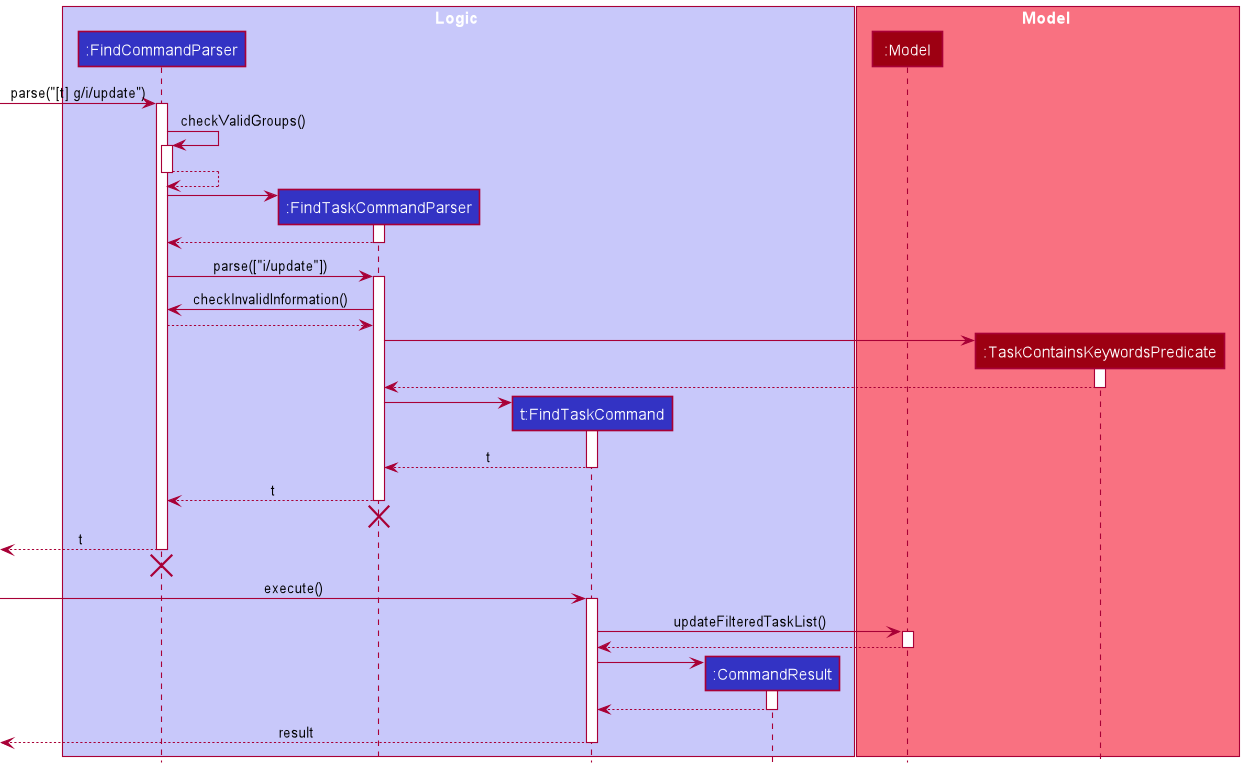
Above: docs/images/FindCommandSequenceDiagram.png in rcjj98/tp (PlantUML), before the change.
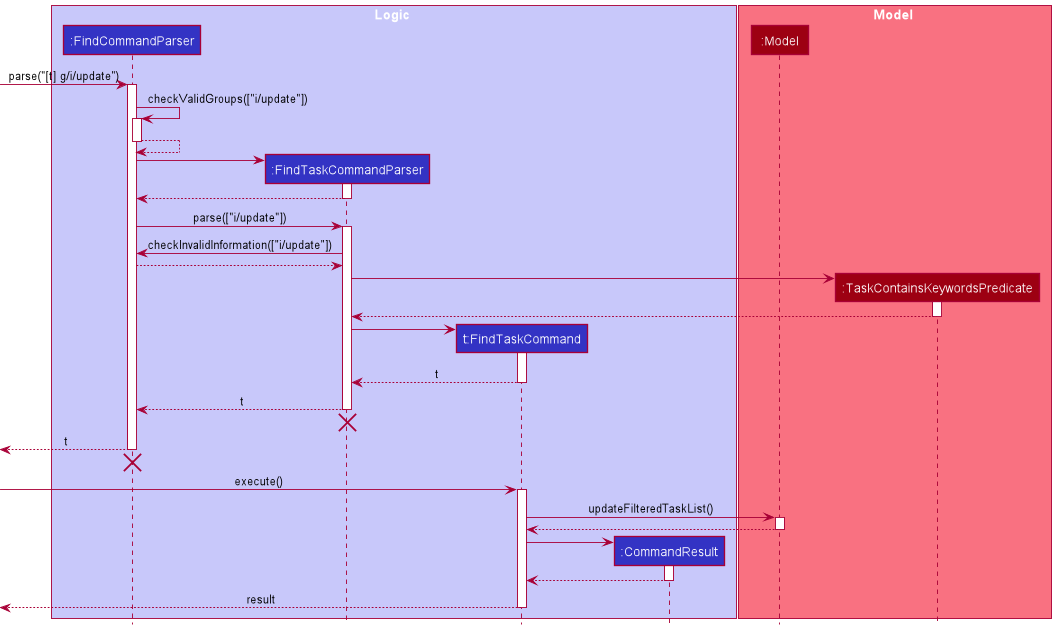
Above is the later version.

The edit, as a diff of the source:
```diff
@@ -17,7 +17,7 @@
 [-> FindCommandParser : parse("[t] g/i/update")
 activate FindCommandParser
 
-FindCommandParser -> FindCommandParser : checkValidGroups()
+FindCommandParser -> FindCommandParser : checkValidGroups(["i/update"])
 activate FindCommandParser
 FindCommandParser --> FindCommandParser
 deactivate FindCommandParser
@@ -31,7 +31,7 @@
 FindCommandParser -> FindTaskCommandParser : parse(["i/update"])
 activate FindTaskCommandParser
 
-FindTaskCommandParser -> FindCommandParser : checkInvalidInformation()
+FindTaskCommandParser -> FindCommandParser : checkInvalidInformation(["i/update"])
 FindCommandParser --> FindTaskCommandParser
 
 create TaskContainsKeywordsPredicate
```
